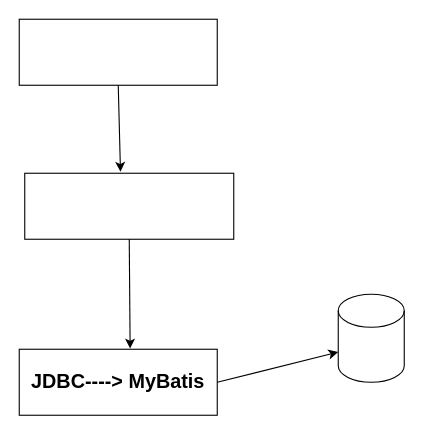
Before: crud-express1/SMM framework.drawio in gitofding/first_repository, a draw.io diagram. Source tidied: cells renumbered, new cells numbered last; positions are measured from the earlier drawing's top-left corner, leaving out a move shared by most shapes. Both pictures are drawn from the tidied source at 110%, with x=0, y=0 at pixel (19, 19).
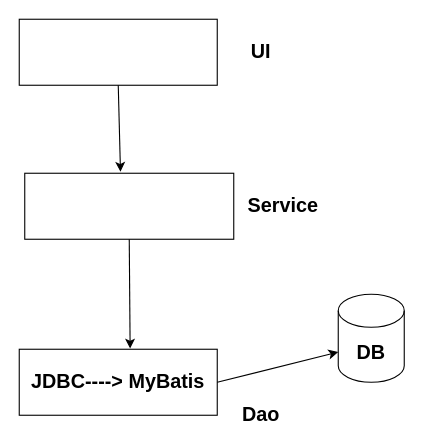
After the change.

What changed in the source:
```diff
@@
 <mxGraphModel>
   <root>
     <mxCell id="0" />
     <mxCell id="1" parent="0" />
     <mxCell id="2" style="rounded=0;whiteSpace=wrap;html=1;" parent="1" vertex="1">
       <mxGeometry width="180" height="60" as="geometry" />
     </mxCell>
     <mxCell id="3" style="rounded=0;whiteSpace=wrap;html=1;" parent="1" vertex="1">
       <mxGeometry x="5" y="140" width="190" height="60" as="geometry" />
     </mxCell>
     <mxCell id="4" value="&lt;b&gt;&lt;font style=&quot;font-size: 18px&quot;&gt;JDBC----&amp;gt; MyBatis&lt;/font&gt;&lt;/b&gt;" style="rounded=0;whiteSpace=wrap;html=1;" parent="1" vertex="1">
       <mxGeometry y="300" width="180" height="60" as="geometry" />
     </mxCell>
-    <mxCell id="5" style="shape=cylinder3;whiteSpace=wrap;html=1;boundedLbl=1;backgroundOutline=1;size=15;" parent="1" vertex="1">
+    <mxCell id="5" value="&lt;b&gt;&lt;font style=&quot;font-size: 18px&quot;&gt;DB&lt;/font&gt;&lt;/b&gt;" style="shape=cylinder3;whiteSpace=wrap;html=1;boundedLbl=1;backgroundOutline=1;size=15;" parent="1" vertex="1">
       <mxGeometry x="290" y="250" width="60" height="80" as="geometry" />
     </mxCell>
     <mxCell id="6" style="endArrow=classic;html=1;exitX=0.5;exitY=1;exitDx=0;exitDy=0;entryX=0.458;entryY=-0.023;entryDx=0;entryDy=0;entryPerimeter=0;" parent="1" edge="1" source="2" target="3">
       <mxGeometry relative="1" as="geometry" />
     </mxCell>
     <mxCell id="7" style="endArrow=classic;html=1;exitX=0.5;exitY=1;exitDx=0;exitDy=0;entryX=0.56;entryY=-0.01;entryDx=0;entryDy=0;entryPerimeter=0;" parent="1" edge="1" source="3" target="4">
       <mxGeometry relative="1" as="geometry" />
     </mxCell>
     <mxCell id="8" style="endArrow=classic;html=1;exitX=1;exitY=0.5;exitDx=0;exitDy=0;entryX=0;entryY=0;entryDx=0;entryDy=52.5;entryPerimeter=0;" parent="1" edge="1" source="4" target="5">
       <mxGeometry relative="1" as="geometry" />
     </mxCell>
+    <mxCell id="9" value="&lt;b&gt;&lt;font style=&quot;font-size: 18px&quot;&gt;UI&lt;/font&gt;&lt;/b&gt;" style="text;html=1;strokeColor=none;fillColor=none;align=center;verticalAlign=middle;whiteSpace=wrap;rounded=0;" parent="1" vertex="1">
+      <mxGeometry x="200" y="20" width="40" height="20" as="geometry" />
+    </mxCell>
+    <mxCell id="10" value="&lt;b&gt;&lt;font style=&quot;font-size: 18px&quot;&gt;Service&lt;/font&gt;&lt;/b&gt;" style="text;html=1;strokeColor=none;fillColor=none;align=center;verticalAlign=middle;whiteSpace=wrap;rounded=0;" parent="1" vertex="1">
+      <mxGeometry x="220" y="160" width="40" height="20" as="geometry" />
+    </mxCell>
+    <mxCell id="11" value="&lt;b&gt;&lt;font style=&quot;font-size: 18px&quot;&gt;Dao&lt;/font&gt;&lt;/b&gt;" style="text;html=1;strokeColor=none;fillColor=none;align=center;verticalAlign=middle;whiteSpace=wrap;rounded=0;" parent="1" vertex="1">
+      <mxGeometry x="200" y="350" width="40" height="20" as="geometry" />
+    </mxCell>
   </root>
 </mxGraphModel>
```
